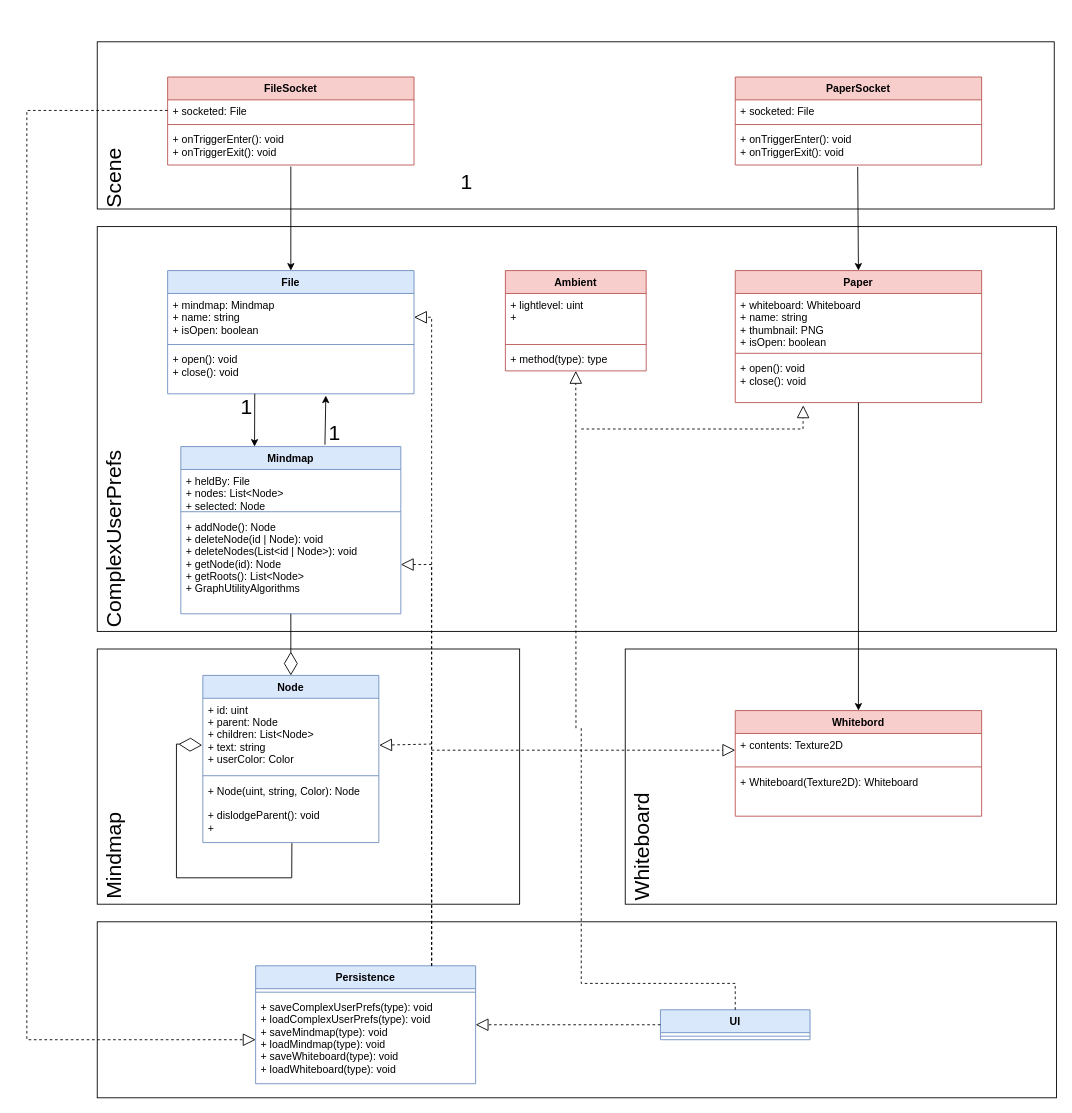
PabloFreitas-lib/x-alltag-projekt keeps this draw.io diagram as info/doc/xallt_class_uml.drawio. Above is the earlier version. Source tidied: cells renumbered, new cells numbered last; positions are measured from the earlier drawing's top-left corner, leaving out a move shared by most shapes. Both pictures are drawn from the tidied source at 88%, with x=0, y=0 at pixel (26, 41).
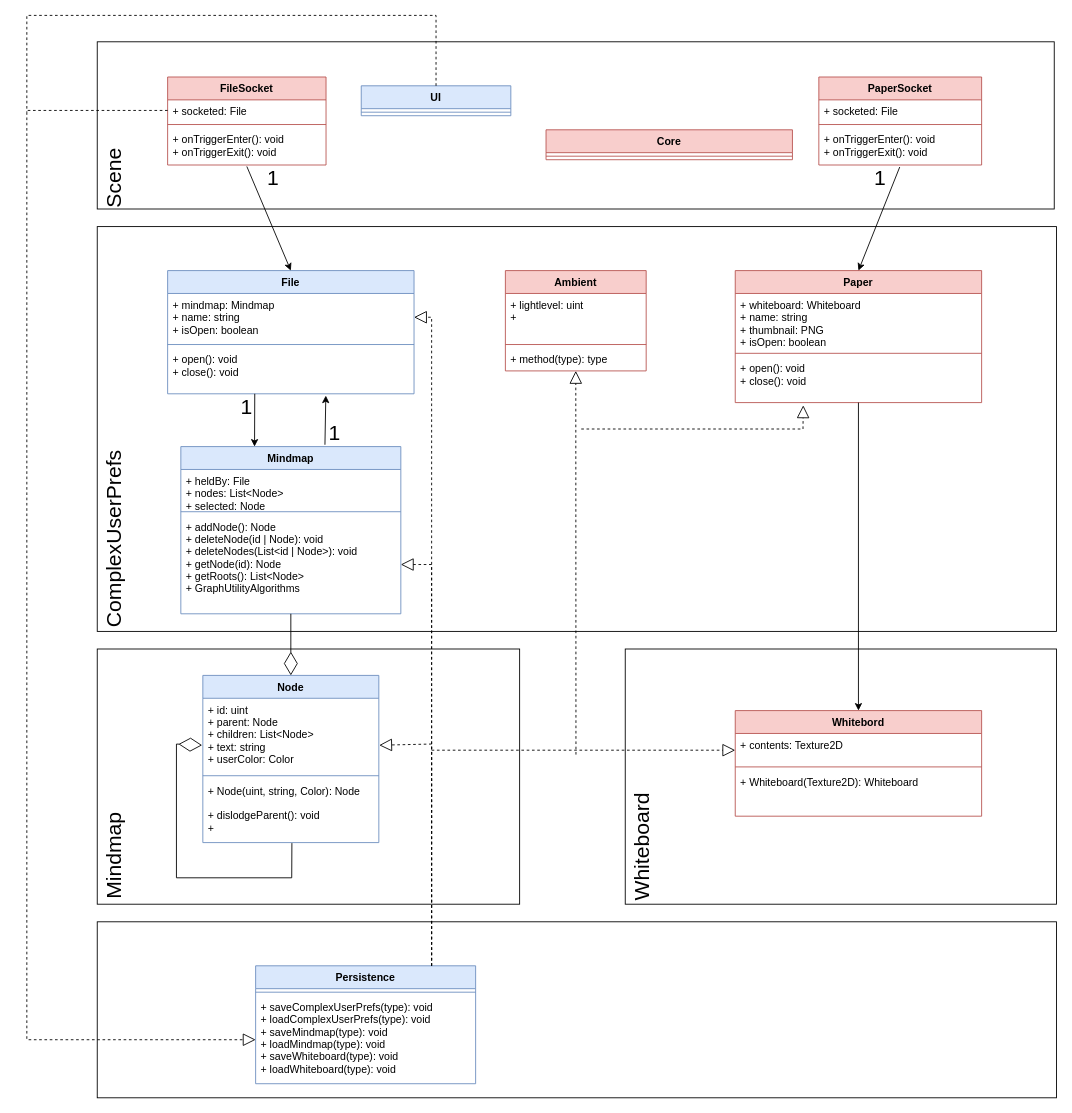
The same page after the edit.

Unchanged cells that the change refers to:
```xml
<mxCell id="41" value="+ method(type): type" style="text;strokeColor=none;fillColor=none;align=left;verticalAlign=top;spacingLeft=4;spacingRight=4;overflow=hidden;points=[[0,0.5],[1,0.5]];portConstraint=eastwest;fontSize=12;" parent="38" vertex="1">
  <mxGeometry y="88" width="160" height="26" as="geometry" />
</mxCell>
```

What changed in the source:
```diff
@@
     <mxCell id="13" value="FileSocket" style="swimlane;fontStyle=1;align=center;verticalAlign=top;horizontal=1;startSize=26;fillColor=#f8cecc;strokeColor=#b85450;" parent="1" vertex="1">
-      <mxGeometry x="160" y="40" width="280" height="100" as="geometry" />
+      <mxGeometry x="160" y="40" width="180" height="100" as="geometry" />
     </mxCell>
     <mxCell id="14" value="+ socketed: File" style="text;strokeColor=none;fillColor=none;align=left;verticalAlign=top;spacingLeft=4;spacingRight=4;overflow=hidden;points=[[0,0.5],[1,0.5]];portConstraint=eastwest;" parent="13" vertex="1">
-      <mxGeometry y="26" width="280" height="24" as="geometry" />
+      <mxGeometry y="26" width="180" height="24" as="geometry" />
     </mxCell>
     <mxCell id="15" style="line;strokeWidth=1;fillColor=none;align=left;verticalAlign=middle;spacingTop=-1;spacingLeft=3;spacingRight=3;labelPosition=right;strokeColor=inherit;" parent="13" vertex="1">
-      <mxGeometry y="50" width="280" height="8" as="geometry" />
+      <mxGeometry y="50" width="180" height="8" as="geometry" />
     </mxCell>
     <mxCell id="16" value="+ onTriggerEnter(): void&#10;+ onTriggerExit(): void" style="text;strokeColor=none;fillColor=none;align=left;verticalAlign=top;spacingLeft=4;spacingRight=4;overflow=hidden;points=[[0,0.5],[1,0.5]];portConstraint=eastwest;" parent="13" vertex="1">
-      <mxGeometry y="58" width="280" height="42" as="geometry" />
+      <mxGeometry y="58" width="180" height="42" as="geometry" />
     </mxCell>
@@
     <mxCell id="31" value="&lt;font style=&quot;font-size: 24px;&quot;&gt;1&lt;/font&gt;" style="text;html=1;strokeColor=none;fillColor=none;align=center;verticalAlign=middle;whiteSpace=wrap;rounded=0;" parent="1" vertex="1">
-      <mxGeometry x="470" y="145" width="60" height="30" as="geometry" />
+      <mxGeometry x="250" y="140" width="60" height="30" as="geometry" />
     </mxCell>
@@
     <mxCell id="35" value="UI" style="swimlane;fontStyle=1;align=center;verticalAlign=top;horizontal=1;startSize=26;fontSize=12;fillColor=#dae8fc;strokeColor=#6c8ebf;" parent="1" vertex="1">
-      <mxGeometry x="720" y="1100" width="170" height="34" as="geometry" />
+      <mxGeometry x="380" y="50" width="170" height="34" as="geometry" />
     </mxCell>
@@
     <mxCell id="54" style="endArrow=block;dashed=1;endFill=0;endSize=12;html=1;rounded=0;fontSize=24;" parent="1" edge="1" target="41">
       <mxGeometry relative="1" as="geometry">
-        <mxPoint x="624" y="780" as="sourcePoint" />
+        <mxPoint x="624" y="810" as="sourcePoint" />
       </mxGeometry>
     </mxCell>
-    <mxCell id="55" style="endArrow=none;dashed=1;html=1;rounded=0;fontSize=24;exitX=0.5;exitY=0;exitDx=0;exitDy=0;" parent="1" edge="1" source="35">
-      <mxGeometry relative="1" as="geometry">
-        <mxPoint x="630" y="780" as="targetPoint" />
-        <Array as="points">
-          <mxPoint x="805" y="1070" />
-          <mxPoint x="630" y="1070" />
-        </Array>
-      </mxGeometry>
-    </mxCell>
@@
-    <mxCell id="57" style="endArrow=block;dashed=1;endFill=0;endSize=12;html=1;rounded=0;fontSize=24;exitX=0;exitY=0.5;exitDx=0;exitDy=0;" parent="1" edge="1" source="35">
-      <mxGeometry relative="1" as="geometry">
-        <mxPoint x="510" y="1117" as="targetPoint" />
-      </mxGeometry>
-    </mxCell>
@@
     <mxCell id="59" value="PaperSocket" style="swimlane;fontStyle=1;align=center;verticalAlign=top;horizontal=1;startSize=26;fillColor=#f8cecc;strokeColor=#b85450;" parent="1" vertex="1">
-      <mxGeometry x="805" y="40" width="280" height="100" as="geometry" />
+      <mxGeometry x="900" y="40" width="185" height="100" as="geometry" />
     </mxCell>
     <mxCell id="60" value="+ socketed: File" style="text;strokeColor=none;fillColor=none;align=left;verticalAlign=top;spacingLeft=4;spacingRight=4;overflow=hidden;" parent="59" vertex="1">
-      <mxGeometry y="26" width="280" height="24" as="geometry" />
+      <mxGeometry y="26" width="185" height="24" as="geometry" />
     </mxCell>
     <mxCell id="61" style="line;strokeWidth=1;fillColor=none;align=left;verticalAlign=middle;spacingTop=-1;spacingLeft=3;spacingRight=3;labelPosition=right;strokeColor=inherit;" parent="59" vertex="1">
-      <mxGeometry y="50" width="280" height="8" as="geometry" />
+      <mxGeometry y="50" width="185" height="8" as="geometry" />
     </mxCell>
     <mxCell id="62" value="+ onTriggerEnter(): void&#10;+ onTriggerExit(): void" style="text;strokeColor=none;fillColor=none;align=left;verticalAlign=top;spacingLeft=4;spacingRight=4;overflow=hidden;points=[[0,0.5],[1,0.5]];portConstraint=eastwest;" parent="59" vertex="1">
-      <mxGeometry y="58" width="280" height="42" as="geometry" />
+      <mxGeometry y="58" width="185" height="42" as="geometry" />
     </mxCell>
@@
+    <mxCell id="67" value="&lt;font style=&quot;font-size: 24px;&quot;&gt;1&lt;/font&gt;" style="text;html=1;strokeColor=none;fillColor=none;align=center;verticalAlign=middle;whiteSpace=wrap;rounded=0;" parent="1" vertex="1">
+      <mxGeometry x="940" y="140" width="60" height="30" as="geometry" />
+    </mxCell>
+    <mxCell id="68" value="Core" style="swimlane;fontStyle=1;align=center;verticalAlign=top;horizontal=1;startSize=26;fillColor=#f8cecc;strokeColor=#b85450;" parent="1" vertex="1">
+      <mxGeometry x="590" y="100" width="280" height="34" as="geometry" />
+    </mxCell>
+    <mxCell id="69" style="line;strokeWidth=1;fillColor=none;align=left;verticalAlign=middle;spacingTop=-1;spacingLeft=3;spacingRight=3;labelPosition=right;strokeColor=inherit;" parent="68" vertex="1">
+      <mxGeometry y="26" width="280" height="8" as="geometry" />
+    </mxCell>
+    <mxCell id="70" style="endArrow=none;dashed=1;html=1;rounded=0;exitX=0.5;exitY=0;exitDx=0;exitDy=0;" parent="1" edge="1" source="35">
+      <mxGeometry relative="1" as="geometry">
+        <mxPoint y="80" as="targetPoint" />
+        <Array as="points">
+          <mxPoint x="465" y="-30" />
+          <mxPoint y="-30" />
+        </Array>
+      </mxGeometry>
+    </mxCell>
```
